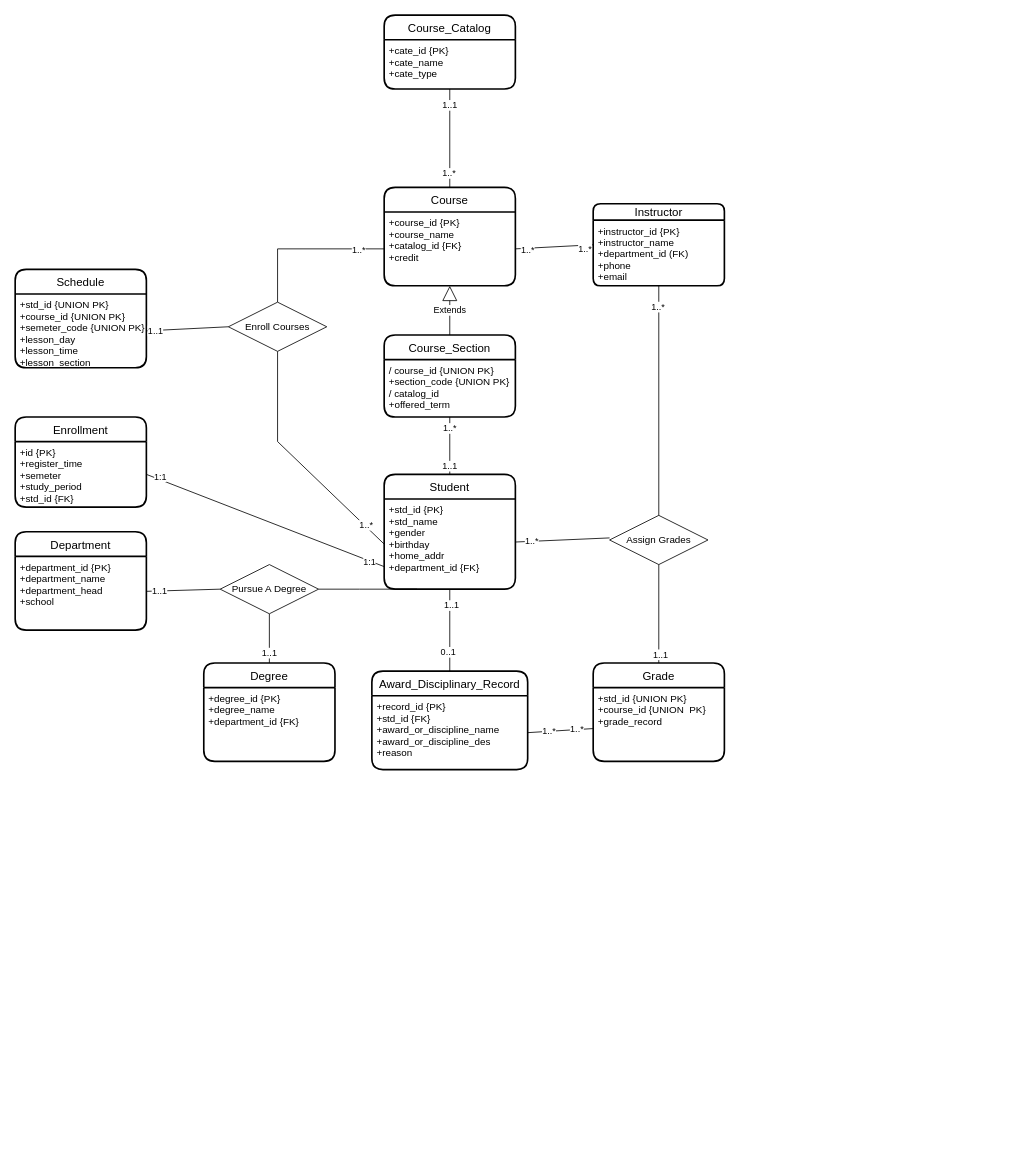
bincute/iAmReadingBook keeps this draw.io diagram as page "第 2 页" (2 of 2) of 未命名绘图2.drawio. Above is the earlier version. Source tidied: cells renumbered, new cells numbered last; positions are measured from the earlier drawing's top-left corner, leaving out a move shared by most shapes. Both pictures are drawn from the tidied source at 82%, with x=0, y=0 at pixel (15, 15).
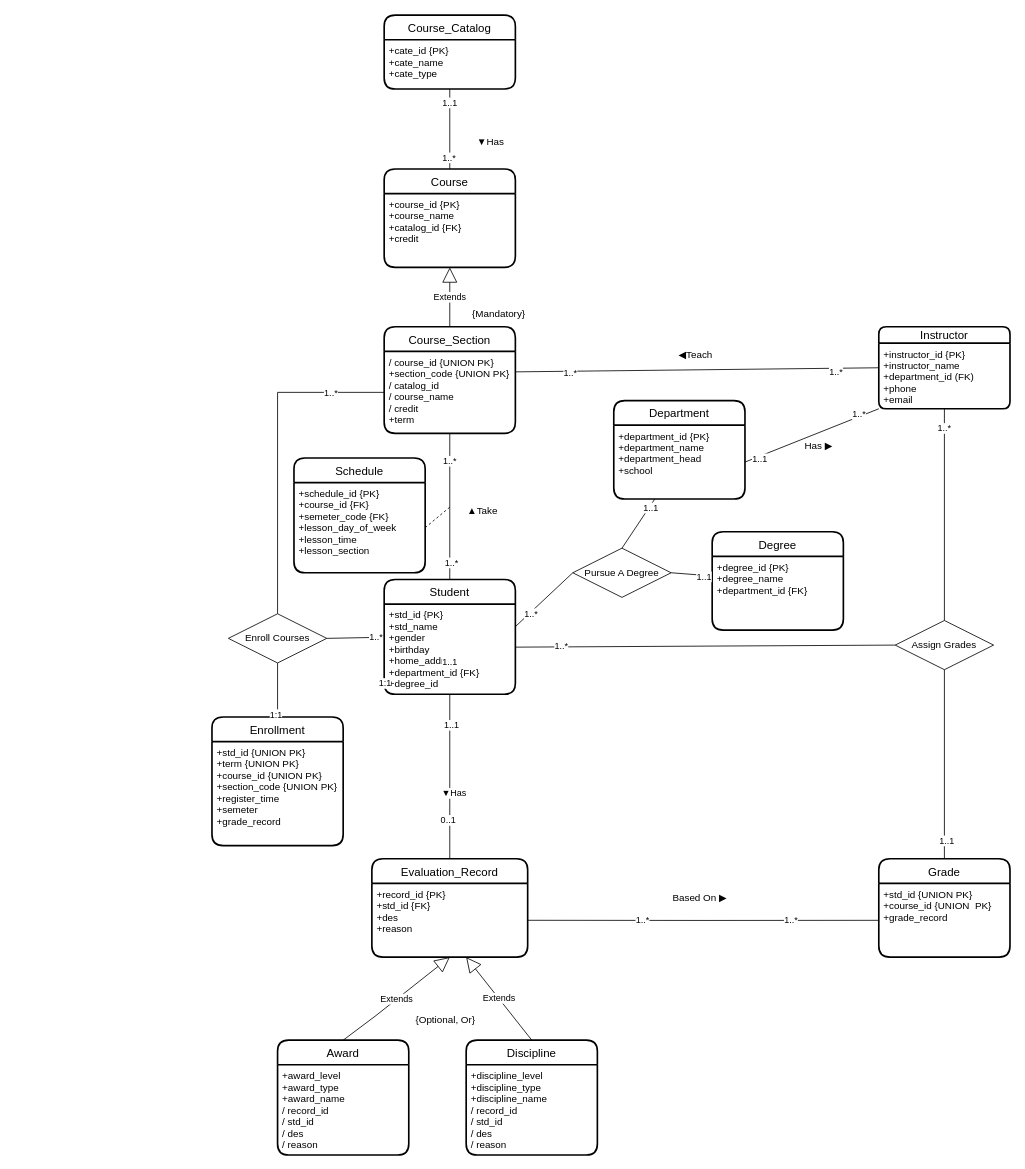
The same diagram, later.

Commit message:
更新未命名绘图2.drawio

The change refers to these unchanged cells:
```xml
<mxCell id="3" value="+course_id {PK}&#10;+course_name&#10;+catalog_id {FK}&#10;+credit" style="align=left;strokeColor=none;fillColor=none;spacingLeft=4;fontSize=12;verticalAlign=top;" parent="2" vertex="1">
  <mxGeometry y="30" width="160" height="90" as="geometry" />
</mxCell>
<mxCell id="7" value="+instructor_id {PK}&#10;+instructor_name&#10;+department_id (FK)&#10;+phone&#10;+email" style="align=left;strokeColor=none;fillColor=none;spacingLeft=4;fontSize=12;verticalAlign=top;" parent="6" vertex="1">
  <mxGeometry y="20" width="160" height="80" as="geometry" />
</mxCell>
<mxCell id="19" value="+std_id {UNION PK}&#10;+course_id {UNION  PK}&#10;+grade_record" style="align=left;strokeColor=none;fillColor=none;spacingLeft=4;fontSize=12;verticalAlign=top;" parent="18" vertex="1">
  <mxGeometry y="30" width="160" height="90" as="geometry" />
</mxCell>
<mxCell id="36" style="edgeStyle=none;rounded=0;jettySize=auto;html=1;exitX=0.5;exitY=1;exitDx=0;exitDy=0;endArrow=none;endFill=0;" parent="1" edge="1" source="5" target="34">
  <mxGeometry relative="1" as="geometry" />
</mxCell>
<mxCell id="42" value="+department_id {PK}&#10;+department_name&#10;+department_head&#10;+school" style="align=left;strokeColor=none;fillColor=none;spacingLeft=4;fontSize=12;verticalAlign=top;" parent="41" vertex="1">
  <mxGeometry y="30" width="160" height="90" as="geometry" />
</mxCell>
```

Diff of the diagram source:
```diff
@@
     <mxCell id="2" value="Course" style="swimlane;horizontal=1;startSize=30;rounded=1;fontSize=14;fontStyle=0;strokeWidth=2;shadow=0;dashed=0;align=center;" parent="1" vertex="1">
-      <mxGeometry x="450" y="210" width="160" height="120" as="geometry" />
+      <mxGeometry x="450" y="187.6" width="160" height="120" as="geometry" />
     </mxCell>
@@
     <mxCell id="4" value="Student" style="swimlane;horizontal=1;startSize=30;rounded=1;fontSize=14;fontStyle=0;strokeWidth=2;shadow=0;dashed=0;align=center;" parent="1" vertex="1">
-      <mxGeometry x="450" y="560" width="160" height="140" as="geometry" />
+      <mxGeometry x="450" y="688.2" width="160" height="140" as="geometry" />
     </mxCell>
-    <mxCell id="5" value="+std_id {PK}&#10;+std_name&#10;+gender&#10;+birthday&#10;+home_addr&#10;+department_id {FK}" style="align=left;strokeColor=none;fillColor=none;spacingLeft=4;fontSize=12;verticalAlign=top;" parent="4" vertex="1">
+    <mxCell id="5" value="+std_id {PK}&#10;+std_name&#10;+gender&#10;+birthday&#10;+home_addr&#10;+department_id {FK}&#10;+degree_id" style="align=left;strokeColor=none;fillColor=none;spacingLeft=4;fontSize=12;verticalAlign=top;" parent="4" vertex="1">
       <mxGeometry y="30" width="160" height="110" as="geometry" />
     </mxCell>
     <mxCell id="6" value="Instructor" style="swimlane;horizontal=1;startSize=20;rounded=1;fontSize=14;fontStyle=0;strokeWidth=2;shadow=0;dashed=0;align=center;" parent="1" vertex="1">
-      <mxGeometry x="704.9" y="230" width="160" height="100" as="geometry" />
+      <mxGeometry x="1053.2" y="380" width="160" height="100" as="geometry" />
     </mxCell>
@@
-    <mxCell id="8" style="edgeStyle=none;rounded=0;jettySize=auto;html=1;entryX=0;entryY=0.5;entryDx=0;entryDy=0;endArrow=none;endFill=0;exitX=1;exitY=0.5;exitDx=0;exitDy=0;" parent="1" edge="1" source="3" target="6">
+    <mxCell id="8" style="edgeStyle=none;rounded=0;jettySize=auto;html=1;entryX=0;entryY=0.5;entryDx=0;entryDy=0;endArrow=none;endFill=0;exitX=1;exitY=0.25;exitDx=0;exitDy=0;" parent="1" edge="1" source="50" target="6">
       <mxGeometry relative="1" as="geometry" />
     </mxCell>
@@
-    <mxCell id="11" style="edgeStyle=none;rounded=0;orthogonalLoop=1;jettySize=auto;html=1;exitX=0;exitY=0.5;exitDx=0;exitDy=0;entryX=1;entryY=0.5;entryDx=0;entryDy=0;endArrow=none;endFill=0;" parent="1" edge="1">
+    <mxCell id="11" style="edgeStyle=none;rounded=0;jettySize=auto;html=1;exitX=0;exitY=0.5;exitDx=0;exitDy=0;entryX=1;entryY=0.5;entryDx=0;entryDy=0;endArrow=none;endFill=0;" parent="1" edge="1" source="13">
       <mxGeometry relative="1" as="geometry">
-        <mxPoint x="724.9" y="637.5" as="sourcePoint" />
-        <mxPoint x="610" y="642.5" as="targetPoint" />
+        <mxPoint x="610" y="770.7" as="targetPoint" />
       </mxGeometry>
     </mxCell>
@@
     <mxCell id="13" value="Assign Grades" style="shape=rhombus;perimeter=rhombusPerimeter;whiteSpace=wrap;html=1;align=center;" parent="1" vertex="1">
-      <mxGeometry x="724.9" y="610" width="120" height="60" as="geometry" />
+      <mxGeometry x="1073.2" y="738.2" width="120" height="60" as="geometry" />
     </mxCell>
@@
     <mxCell id="18" value="Grade" style="swimlane;horizontal=1;startSize=30;rounded=1;fontSize=14;fontStyle=0;strokeWidth=2;shadow=0;dashed=0;align=center;" parent="1" vertex="1">
-      <mxGeometry x="704.9" y="790" width="160" height="120" as="geometry" />
+      <mxGeometry x="1053.2" y="1028.8" width="160" height="120" as="geometry" />
     </mxCell>
@@
-    <mxCell id="25" style="edgeStyle=none;rounded=0;jettySize=auto;html=1;exitX=0.5;exitY=1;exitDx=0;exitDy=0;entryX=0;entryY=0.5;entryDx=0;entryDy=0;endArrow=none;endFill=0;" parent="1" edge="1" source="29" target="5">
-      <mxGeometry relative="1" as="geometry">
-        <Array as="points">
-          <mxPoint x="320" y="520" />
-        </Array>
-      </mxGeometry>
+    <mxCell id="25" style="edgeStyle=none;rounded=0;jettySize=auto;html=1;exitX=1;exitY=0.5;exitDx=0;exitDy=0;endArrow=none;endFill=0;entryX=-0.014;entryY=0.368;entryDx=0;entryDy=0;entryPerimeter=0;" parent="1" edge="1" source="29" target="5">
+      <mxGeometry relative="1" as="geometry" />
     </mxCell>
@@
-    <mxCell id="27" style="edgeStyle=none;rounded=0;jettySize=auto;html=1;entryX=0;entryY=0.5;entryDx=0;entryDy=0;endArrow=none;endFill=0;" parent="1" edge="1" source="29" target="3">
+    <mxCell id="27" style="edgeStyle=none;rounded=0;jettySize=auto;html=1;entryX=0;entryY=0.5;entryDx=0;entryDy=0;endArrow=none;endFill=0;" parent="1" edge="1" source="29" target="50">
       <mxGeometry relative="1" as="geometry">
         <Array as="points">
-          <mxPoint x="320" y="285" />
+          <mxPoint x="320" y="460" />
         </Array>
       </mxGeometry>
     </mxCell>
@@
     <mxCell id="29" value="Enroll Courses" style="shape=rhombus;perimeter=rhombusPerimeter;whiteSpace=wrap;html=1;align=center;" parent="1" vertex="1">
-      <mxGeometry x="260" y="350" width="120" height="60" as="geometry" />
+      <mxGeometry x="260" y="730" width="120" height="60" as="geometry" />
     </mxCell>
     <mxCell id="30" value="Schedule" style="swimlane;horizontal=1;startSize=30;rounded=1;fontSize=14;fontStyle=0;strokeWidth=2;shadow=0;dashed=0;align=center;" parent="1" vertex="1">
-      <mxGeometry y="310" width="160" height="120" as="geometry" />
+      <mxGeometry x="340" y="540" width="160" height="140" as="geometry" />
     </mxCell>
-    <mxCell id="31" value="+std_id {UNION PK}&#10;+course_id {UNION PK}&#10;+semeter_code {UNION PK}&#10;+lesson_day&#10;+lesson_time&#10;+lesson_section&#10;" style="align=left;strokeColor=none;fillColor=none;spacingLeft=4;fontSize=12;verticalAlign=top;" parent="30" vertex="1">
-      <mxGeometry y="30" width="160" height="90" as="geometry" />
+    <mxCell id="31" value="+schedule_id {PK}&#10;+course_id {FK}&#10;+semeter_code {FK}&#10;+lesson_day_of_week&#10;+lesson_time&#10;+lesson_section&#10;" style="align=left;strokeColor=none;fillColor=none;spacingLeft=4;fontSize=12;verticalAlign=top;" parent="30" vertex="1">
+      <mxGeometry y="30" width="160" height="110" as="geometry" />
     </mxCell>
-    <mxCell id="32" style="edgeStyle=none;rounded=0;jettySize=auto;html=1;exitX=1;exitY=0.5;exitDx=0;exitDy=0;entryX=0;entryY=0.5;entryDx=0;entryDy=0;endArrow=none;endFill=0;" parent="1" edge="1" source="31" target="29">
-      <mxGeometry relative="1" as="geometry" />
-    </mxCell>
-    <mxCell id="33" value="1..1" style="edgeLabel;html=1;align=center;verticalAlign=middle;" parent="32" vertex="1">
-      <mxGeometry x="-0.79" relative="1" as="geometry" />
-    </mxCell>
-    <mxCell id="34" value="Award_Disciplinary_Record" style="swimlane;horizontal=1;startSize=30;rounded=1;fontSize=14;fontStyle=0;strokeWidth=2;shadow=0;dashed=0;align=center;" parent="1" vertex="1">
-      <mxGeometry x="435" y="800" width="190" height="120" as="geometry" />
+    <mxCell id="34" value="Evaluation_Record" style="swimlane;horizontal=1;startSize=30;rounded=1;fontSize=14;fontStyle=0;strokeWidth=2;shadow=0;dashed=0;align=center;" parent="1" vertex="1">
+      <mxGeometry x="435" y="1028.8" width="190" height="120" as="geometry" />
     </mxCell>
-    <mxCell id="35" value="+record_id {PK}&#10;+std_id {FK}&#10;+award_or_discipline_name&#10;+award_or_discipline_des&#10;+reason" style="align=left;strokeColor=none;fillColor=none;spacingLeft=4;fontSize=12;verticalAlign=top;" parent="34" vertex="1">
+    <mxCell id="35" value="+record_id {PK}&#10;+std_id {FK}&#10;+des&#10;+reason" style="align=left;strokeColor=none;fillColor=none;spacingLeft=4;fontSize=12;verticalAlign=top;" parent="34" vertex="1">
       <mxGeometry y="30" width="190" height="90" as="geometry" />
     </mxCell>
@@
+    <mxCell id="63" value="▼Has" style="edgeLabel;html=1;align=center;verticalAlign=middle;" parent="36" vertex="1">
+      <mxGeometry x="0.2" y="4" relative="1" as="geometry" />
+    </mxCell>
     <mxCell id="39" value="Degree" style="swimlane;horizontal=1;startSize=30;rounded=1;fontSize=14;fontStyle=0;strokeWidth=2;shadow=0;dashed=0;align=center;" parent="1" vertex="1">
-      <mxGeometry x="230" y="790" width="160" height="120" as="geometry" />
+      <mxGeometry x="850" y="630" width="160" height="120" as="geometry" />
     </mxCell>
@@
     <mxCell id="41" value="Department" style="swimlane;horizontal=1;startSize=30;rounded=1;fontSize=14;fontStyle=0;strokeWidth=2;shadow=0;dashed=0;align=center;" parent="1" vertex="1">
-      <mxGeometry y="630" width="160" height="120" as="geometry" />
+      <mxGeometry x="730" y="470" width="160" height="120" as="geometry" />
     </mxCell>
@@
-    <mxCell id="43" style="edgeStyle=none;rounded=0;jettySize=auto;html=1;exitX=1;exitY=0.5;exitDx=0;exitDy=0;entryX=0.25;entryY=1;entryDx=0;entryDy=0;endArrow=none;endFill=0;" parent="1" edge="1" source="48" target="5">
-      <mxGeometry relative="1" as="geometry">
-        <Array as="points">
-          <mxPoint x="420" y="700" />
-          <mxPoint x="460" y="700" />
-        </Array>
-      </mxGeometry>
-    </mxCell>
-    <mxCell id="44" style="edgeStyle=none;rounded=0;jettySize=auto;html=1;exitX=0;exitY=0.5;exitDx=0;exitDy=0;endArrow=none;endFill=0;" parent="1" edge="1" source="48" target="42">
+    <mxCell id="44" style="edgeStyle=none;rounded=0;jettySize=auto;html=1;exitX=0.5;exitY=0;exitDx=0;exitDy=0;endArrow=none;endFill=0;" parent="1" edge="1" source="48" target="42">
       <mxGeometry relative="1" as="geometry" />
     </mxCell>
@@
-    <mxCell id="46" style="edgeStyle=none;rounded=0;jettySize=auto;html=1;exitX=0.5;exitY=1;exitDx=0;exitDy=0;endArrow=none;endFill=0;" parent="1" edge="1" source="48" target="39">
+    <mxCell id="46" style="edgeStyle=none;rounded=0;jettySize=auto;html=1;exitX=1;exitY=0.5;exitDx=0;exitDy=0;endArrow=none;endFill=0;" parent="1" edge="1" source="48" target="39">
       <mxGeometry relative="1" as="geometry" />
     </mxCell>
@@
     <mxCell id="48" value="Pursue A Degree" style="shape=rhombus;perimeter=rhombusPerimeter;whiteSpace=wrap;html=1;align=center;" parent="1" vertex="1">
-      <mxGeometry x="250" y="670" width="120" height="60" as="geometry" />
+      <mxGeometry x="680" y="650" width="120" height="60" as="geometry" />
     </mxCell>
     <mxCell id="49" value="Course_Section" style="swimlane;horizontal=1;startSize=30;rounded=1;fontSize=14;fontStyle=0;strokeWidth=2;shadow=0;dashed=0;align=center;" parent="1" vertex="1">
-      <mxGeometry x="450" y="390" width="160" height="100" as="geometry" />
+      <mxGeometry x="450" y="380" width="160" height="130" as="geometry" />
     </mxCell>
-    <mxCell id="50" value="/ course_id {UNION PK}&#10;+section_code {UNION PK}&#10;/ catalog_id&#10;+offered_term" style="align=left;strokeColor=none;fillColor=none;spacingLeft=4;fontSize=12;verticalAlign=top;" parent="49" vertex="1">
-      <mxGeometry y="30" width="160" height="70" as="geometry" />
+    <mxCell id="50" value="/ course_id {UNION PK}&#10;+section_code {UNION PK}&#10;/ catalog_id&#10;/ course_name&#10;/ credit&#10;+term" style="align=left;strokeColor=none;fillColor=none;spacingLeft=4;fontSize=12;verticalAlign=top;" parent="49" vertex="1">
+      <mxGeometry y="30" width="160" height="100" as="geometry" />
     </mxCell>
@@
-    <mxCell id="52" style="edgeStyle=none;rounded=0;jettySize=auto;html=1;endArrow=none;endFill=0;" parent="1" edge="1" target="50">
-      <mxGeometry relative="1" as="geometry">
-        <mxPoint x="530" y="560" as="sourcePoint" />
-      </mxGeometry>
+    <mxCell id="52" style="edgeStyle=none;rounded=0;jettySize=auto;html=1;endArrow=none;endFill=0;exitX=0.5;exitY=0;exitDx=0;exitDy=0;" parent="1" edge="1" source="4" target="50">
+      <mxGeometry relative="1" as="geometry" />
     </mxCell>
@@
     <mxCell id="54" value="1..1" style="edgeLabel;html=1;align=center;verticalAlign=middle;" parent="52" vertex="1">
-      <mxGeometry x="-0.69" y="1" relative="1" as="geometry" />
+      <mxGeometry x="-0.69" y="1" relative="1" as="geometry">
+        <mxPoint y="128" as="offset" />
+      </mxGeometry>
     </mxCell>
+    <mxCell id="64" value="1..*" style="edgeLabel;html=1;align=center;verticalAlign=middle;" parent="52" vertex="1">
+      <mxGeometry x="-0.76" y="-1" relative="1" as="geometry" />
+    </mxCell>
     <mxCell id="55" style="edgeStyle=none;rounded=0;jettySize=auto;html=1;exitX=1;exitY=0.5;exitDx=0;exitDy=0;endArrow=none;endFill=0;" parent="1" edge="1" source="35" target="19">
-      <mxGeometry relative="1" as="geometry" />
+      <mxGeometry relative="1" as="geometry">
+        <Array as="points">
+          <mxPoint x="840" y="1104" />
+        </Array>
+      </mxGeometry>
     </mxCell>
@@
     <mxCell id="58" value="Enrollment" style="swimlane;horizontal=1;startSize=30;rounded=1;fontSize=14;fontStyle=0;strokeWidth=2;shadow=0;dashed=0;align=center;" parent="1" vertex="1">
-      <mxGeometry y="490" width="160" height="110" as="geometry" />
+      <mxGeometry x="240" y="855.9" width="160" height="156.8" as="geometry" />
     </mxCell>
-    <mxCell id="59" value="+id {PK}&#10;+register_time&#10;+semeter&#10;+study_period&#10;+std_id {FK}&#10;&#10;" style="align=left;strokeColor=none;fillColor=none;spacingLeft=4;fontSize=12;verticalAlign=top;" parent="58" vertex="1">
-      <mxGeometry y="30" width="160" height="80" as="geometry" />
+    <mxCell id="59" value="+std_id {UNION PK}&#10;+term {UNION PK}&#10;+course_id {UNION PK}&#10;+section_code {UNION PK}&#10;+register_time&#10;+semeter&#10;+grade_record&#10;&#10;" style="align=left;strokeColor=none;fillColor=none;spacingLeft=4;fontSize=12;verticalAlign=top;" parent="58" vertex="1">
+      <mxGeometry y="30" width="160" height="126.8" as="geometry" />
     </mxCell>
-    <mxCell id="60" style="edgeStyle=none;rounded=0;jettySize=auto;html=1;exitX=1;exitY=0.5;exitDx=0;exitDy=0;entryX=0;entryY=0.75;entryDx=0;entryDy=0;endArrow=none;endFill=0;" parent="1" edge="1" source="59" target="5">
+    <mxCell id="60" style="edgeStyle=none;rounded=0;jettySize=auto;html=1;exitX=0.5;exitY=0;exitDx=0;exitDy=0;entryX=0.5;entryY=1;entryDx=0;entryDy=0;endArrow=none;endFill=0;" parent="1" edge="1" source="58" target="29">
       <mxGeometry relative="1" as="geometry" />
     </mxCell>
@@
     <mxCell id="62" value="1:1" style="edgeLabel;html=1;align=center;verticalAlign=middle;" parent="60" vertex="1">
-      <mxGeometry x="0.88" y="-1" relative="1" as="geometry" />
+      <mxGeometry x="0.88" y="-1" relative="1" as="geometry">
+        <mxPoint x="129" y="21" as="offset" />
+      </mxGeometry>
     </mxCell>
+    <mxCell id="65" style="edgeStyle=none;rounded=0;jettySize=auto;html=1;exitX=0;exitY=1;exitDx=0;exitDy=0;entryX=1;entryY=0.5;entryDx=0;entryDy=0;endArrow=none;endFill=0;" parent="1" edge="1" source="7" target="42">
+      <mxGeometry relative="1" as="geometry" />
+    </mxCell>
+    <mxCell id="66" value="1..*" style="edgeLabel;html=1;align=center;verticalAlign=middle;" parent="65" vertex="1">
+      <mxGeometry x="-0.72" y="-3" relative="1" as="geometry" />
+    </mxCell>
+    <mxCell id="33" value="1..1" style="edgeLabel;html=1;align=center;verticalAlign=middle;" parent="65" vertex="1">
+      <mxGeometry x="0.79" y="1" relative="1" as="geometry">
+        <mxPoint y="1" as="offset" />
+      </mxGeometry>
+    </mxCell>
+    <mxCell id="67" style="edgeStyle=none;rounded=0;jettySize=auto;html=1;exitX=1;exitY=0.25;exitDx=0;exitDy=0;entryX=0;entryY=0.5;entryDx=0;entryDy=0;endArrow=none;endFill=0;" parent="1" edge="1" source="5" target="48">
+      <mxGeometry relative="1" as="geometry" />
+    </mxCell>
+    <mxCell id="68" value="1..*" style="edgeLabel;html=1;align=center;verticalAlign=middle;" parent="67" vertex="1">
+      <mxGeometry x="-0.47" y="-1" relative="1" as="geometry" />
+    </mxCell>
+    <mxCell id="69" value="Award" style="swimlane;horizontal=1;startSize=30;rounded=1;fontSize=14;fontStyle=0;strokeWidth=2;shadow=0;dashed=0;align=center;" parent="1" vertex="1">
+      <mxGeometry x="320" y="1250" width="160" height="140" as="geometry" />
+    </mxCell>
+    <mxCell id="70" value="+award_level&#10;+award_type&#10;+award_name&#10;/ record_id&#10;/ std_id&#10;/ des&#10;/ reason" style="align=left;strokeColor=none;fillColor=none;spacingLeft=4;fontSize=12;verticalAlign=top;" parent="69" vertex="1">
+      <mxGeometry y="30" width="160" height="110" as="geometry" />
+    </mxCell>
+    <mxCell id="71" value="Discipline" style="swimlane;horizontal=1;startSize=30;rounded=1;fontSize=14;fontStyle=0;strokeWidth=2;shadow=0;dashed=0;align=center;" parent="1" vertex="1">
+      <mxGeometry x="550" y="1250" width="160" height="140" as="geometry" />
+    </mxCell>
+    <mxCell id="72" value="+discipline_level&#10;+discipline_type&#10;+discipline_name&#10;/ record_id&#10;/ std_id&#10;/ des&#10;/ reason" style="align=left;strokeColor=none;fillColor=none;spacingLeft=4;fontSize=12;verticalAlign=top;" parent="71" vertex="1">
+      <mxGeometry y="30" width="160" height="110" as="geometry" />
+    </mxCell>
+    <mxCell id="73" value="Extends" style="endArrow=block;endSize=16;endFill=0;html=1;rounded=0;entryX=0.5;entryY=1;entryDx=0;entryDy=0;exitX=0.5;exitY=0;exitDx=0;exitDy=0;" parent="1" edge="1" source="69" target="35">
+      <mxGeometry relative="1" as="geometry">
+        <Array as="points">
+          <mxPoint x="440" y="1220" />
+        </Array>
+      </mxGeometry>
+    </mxCell>
+    <mxCell id="74" value="Extends" style="endArrow=block;endSize=16;endFill=0;html=1;rounded=0;exitX=0.5;exitY=0;exitDx=0;exitDy=0;" parent="1" edge="1" source="71">
+      <mxGeometry relative="1" as="geometry">
+        <mxPoint x="550" y="1148.8" as="targetPoint" />
+      </mxGeometry>
+    </mxCell>
+    <mxCell id="75" value="Has&amp;nbsp;▶" style="text;html=1;strokeColor=none;fillColor=none;align=center;verticalAlign=middle;whiteSpace=wrap;rounded=0;" parent="1" vertex="1">
+      <mxGeometry x="950" y="510" width="60" height="30" as="geometry" />
+    </mxCell>
+    <mxCell id="76" style="endArrow=none;dashed=1;html=1;rounded=0;exitX=1;exitY=0.5;exitDx=0;exitDy=0;" parent="1" edge="1" source="31">
+      <mxGeometry relative="1" as="geometry">
+        <mxPoint x="530" y="600" as="targetPoint" />
+      </mxGeometry>
+    </mxCell>
+    <mxCell id="77" value="◀Teach" style="text;html=1;strokeColor=none;fillColor=none;align=center;verticalAlign=middle;whiteSpace=wrap;rounded=0;" parent="1" vertex="1">
+      <mxGeometry x="800" y="400" width="60" height="30" as="geometry" />
+    </mxCell>
+    <mxCell id="78" value="▲Take" style="text;html=1;strokeColor=none;fillColor=none;align=center;verticalAlign=middle;whiteSpace=wrap;rounded=0;" parent="1" vertex="1">
+      <mxGeometry x="540" y="590" width="60" height="30" as="geometry" />
+    </mxCell>
+    <mxCell id="79" value="▼Has" style="text;html=1;strokeColor=none;fillColor=none;align=center;verticalAlign=middle;whiteSpace=wrap;rounded=0;" parent="1" vertex="1">
+      <mxGeometry x="550" y="140" width="60" height="30" as="geometry" />
+    </mxCell>
+    <mxCell id="80" value="{Optional, Or}" style="text;html=1;strokeColor=none;fillColor=none;align=center;verticalAlign=middle;whiteSpace=wrap;rounded=0;" parent="1" vertex="1">
+      <mxGeometry x="480" y="1210" width="90" height="30" as="geometry" />
+    </mxCell>
+    <mxCell id="81" value="{Mandatory}" style="text;html=1;strokeColor=none;fillColor=none;align=center;verticalAlign=middle;whiteSpace=wrap;rounded=0;" parent="1" vertex="1">
+      <mxGeometry x="560" y="349" width="60" height="30" as="geometry" />
+    </mxCell>
+    <mxCell id="82" value="Based On&amp;nbsp;▶" style="text;html=1;strokeColor=none;fillColor=none;align=center;verticalAlign=middle;whiteSpace=wrap;rounded=0;" parent="1" vertex="1">
+      <mxGeometry x="790" y="1060" width="90" height="34" as="geometry" />
+    </mxCell>
```
